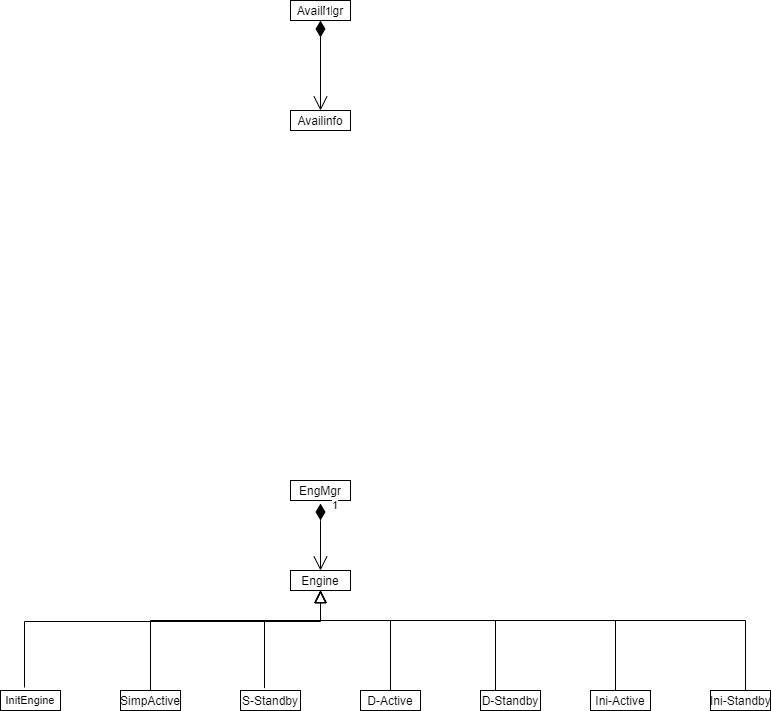
The draw.io diagram UML/Engine.png in Steve888888/FN-Redundancy, before a commit. Source tidied: cells renumbered, new cells last; positions are measured from the earlier drawing's top-left corner, leaving out a move shared by most shapes.
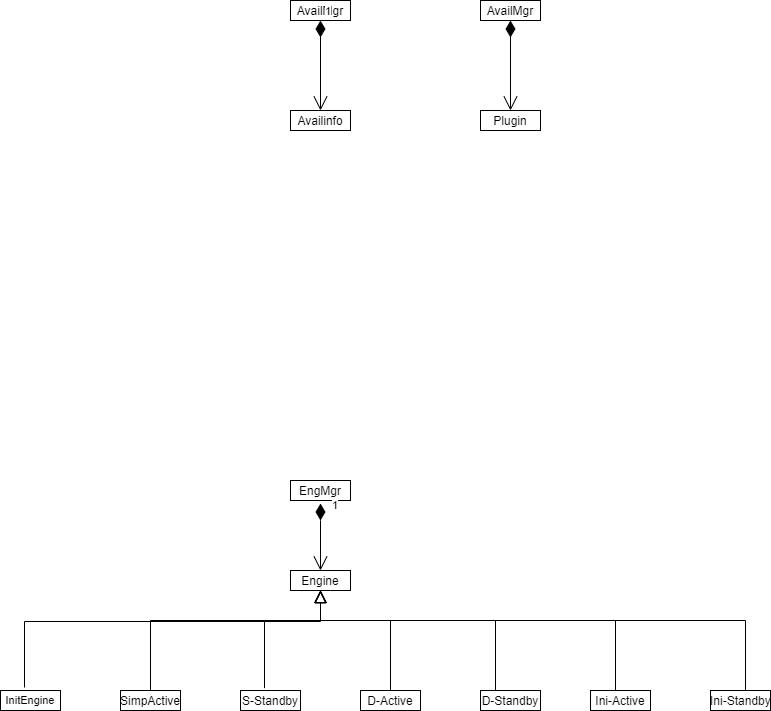
The same file after the commit.

Diff of the diagram source:
```diff
@@ -111,5 +111,16 @@
         <mxPoint x="320" y="20" as="sourcePoint" />
       </mxGeometry>
     </mxCell>
+    <mxCell id="22" value="1" style="endArrow=open;html=1;endSize=12;startArrow=diamondThin;startSize=14;startFill=1;edgeStyle=orthogonalEdgeStyle;align=left;verticalAlign=bottom;entryX=0.5;entryY=0;entryDx=0;entryDy=0;" parent="1" edge="1" source="23">
+      <mxGeometry x="-1" y="3" relative="1" as="geometry">
+        <mxPoint x="510" y="110" as="targetPoint" />
+      </mxGeometry>
+    </mxCell>
+    <mxCell id="23" value="&lt;p style=&quot;margin: 0px ; margin-top: 4px ; text-align: center&quot;&gt;AvailMgr&lt;/p&gt;&lt;hr size=&quot;1&quot;&gt;&lt;div style=&quot;height: 2px&quot;&gt;&lt;/div&gt;" style="verticalAlign=top;align=left;overflow=fill;fontSize=12;fontFamily=Helvetica;html=1;" parent="1" vertex="1">
+      <mxGeometry x="480" width="60" height="20" as="geometry" />
+    </mxCell>
+    <mxCell id="24" value="&lt;p style=&quot;margin: 0px ; margin-top: 4px ; text-align: center&quot;&gt;Plugin&lt;/p&gt;&lt;hr size=&quot;1&quot;&gt;&lt;div style=&quot;height: 2px&quot;&gt;&lt;/div&gt;" style="verticalAlign=top;align=left;overflow=fill;fontSize=12;fontFamily=Helvetica;html=1;" parent="1" vertex="1">
+      <mxGeometry x="480" y="110" width="60" height="20" as="geometry" />
+    </mxCell>
   </root>
 </mxGraphModel>
```
